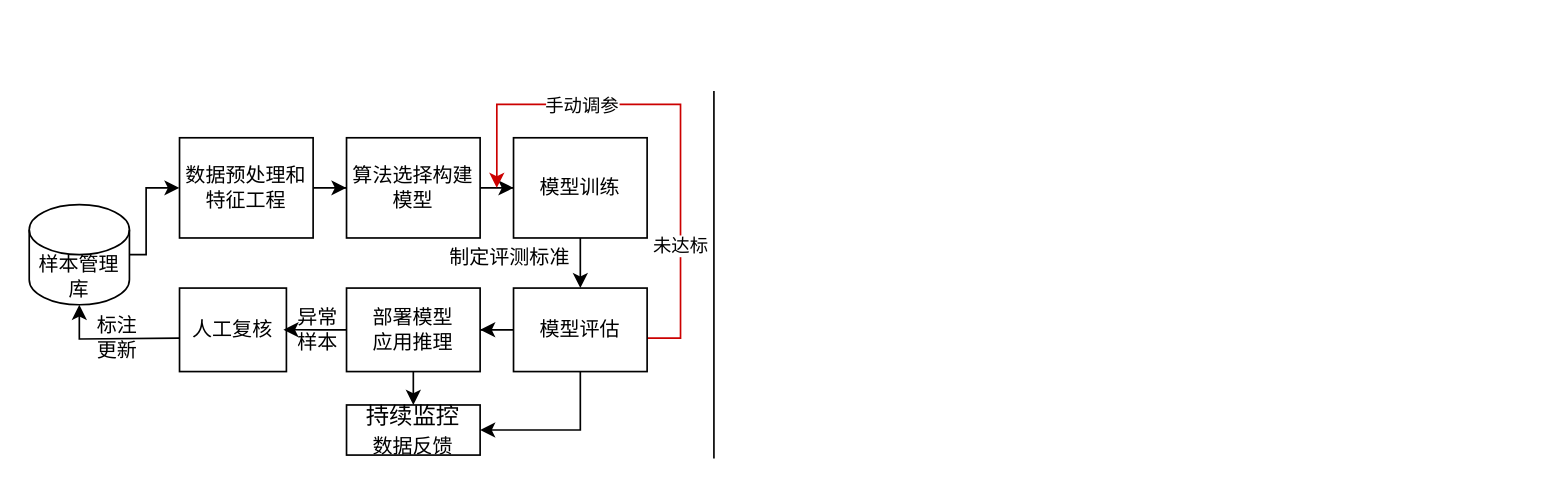
paleblackless/diagrams keeps this draw.io diagram as page "手动调优和自动调优" (3 of 3) of MLops流程架构.drawio. Above is the earlier version. Source tidied: cells renumbered, new cells numbered last; positions are measured from the earlier drawing's top-left corner, leaving out a move shared by most shapes. Both pictures are drawn from the tidied source at 167%, with x=0, y=0 at pixel (28, 90). Pictures stored in the file or linked from it are replaced by grey dashed boxes.
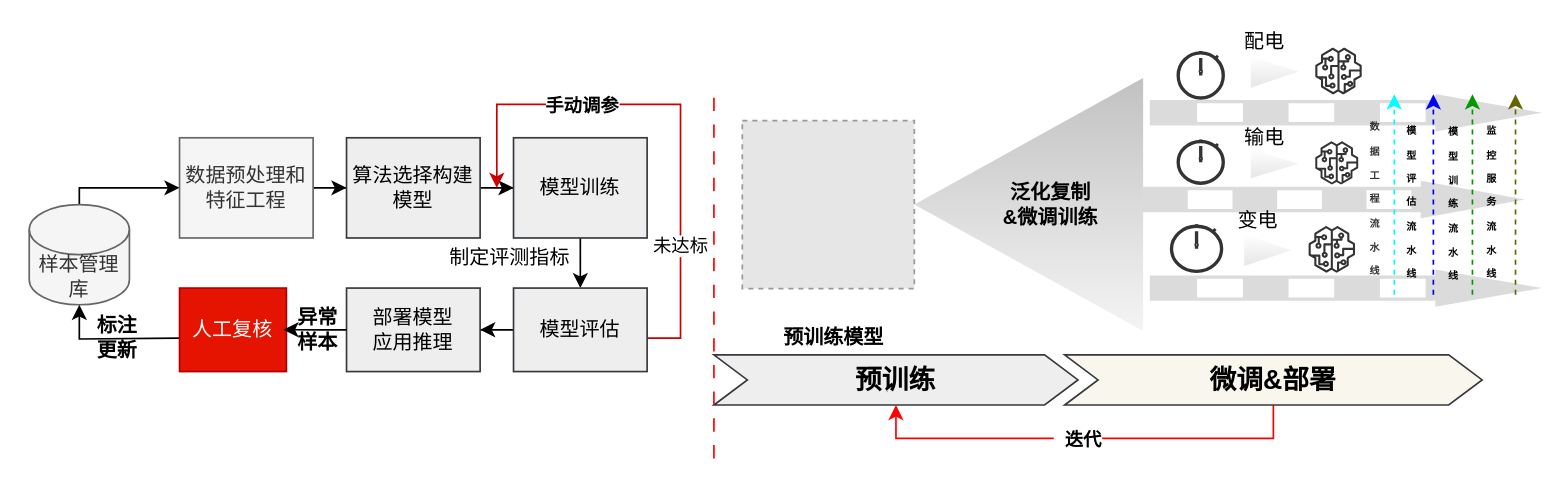
The same page after the edit.

Commit message (it also covers changes not shown here):
更新MLops流程架构.drawio

Unchanged cells that the change refers to:
```xml
<mxCell id="8" style="edgeStyle=orthogonalEdgeStyle;rounded=0;jettySize=auto;html=1;exitX=1;exitY=0.5;exitDx=0;exitDy=0;strokeColor=#CC0000;" parent="1" edge="1" source="13">
  <mxGeometry relative="1" as="geometry">
    <mxPoint x="280" y="58" as="targetPoint" />
    <Array as="points">
      <mxPoint x="390" y="148" />
      <mxPoint x="390" y="8" />
      <mxPoint x="280" y="8" />
    </Array>
  </mxGeometry>
</mxCell>
```

Change to the diagram source:
```diff
@@
-    <mxCell id="3" value="数据预处理和特征工程" style="rounded=0;whiteSpace=wrap;html=1;" parent="1" vertex="1">
+    <mxCell id="3" value="数据预处理和特征工程" style="rounded=0;whiteSpace=wrap;html=1;fillColor=#f5f5f5;fontColor=#333333;strokeColor=#666666;" parent="1" vertex="1">
       <mxGeometry x="90" y="28" width="80" height="60" as="geometry" />
     </mxCell>
@@
-    <mxCell id="5" value="算法选择构建模型" style="rounded=0;whiteSpace=wrap;html=1;" parent="1" vertex="1">
+    <mxCell id="5" value="算法选择构建模型" style="rounded=0;whiteSpace=wrap;html=1;fillColor=#eeeeee;strokeColor=#36393d;" parent="1" vertex="1">
       <mxGeometry x="190" y="28" width="80" height="60" as="geometry" />
     </mxCell>
@@
-    <mxCell id="7" value="模型训练" style="rounded=0;whiteSpace=wrap;html=1;" parent="1" vertex="1">
+    <mxCell id="7" value="模型训练" style="rounded=0;whiteSpace=wrap;html=1;fillColor=#eeeeee;strokeColor=#36393d;" parent="1" vertex="1">
       <mxGeometry x="290" y="28" width="80" height="60" as="geometry" />
     </mxCell>
@@
-    <mxCell id="9" value="手动调参" style="edgeLabel;html=1;align=center;verticalAlign=middle;" parent="8" vertex="1">
+    <mxCell id="9" value="&lt;b&gt;手动调参&lt;/b&gt;" style="edgeLabel;html=1;align=center;verticalAlign=middle;" parent="8" vertex="1">
       <mxGeometry x="0.32" relative="1" as="geometry">
         <mxPoint x="-10" as="offset" />
       </mxGeometry>
     </mxCell>
@@
-    <mxCell id="12" style="edgeStyle=orthogonalEdgeStyle;rounded=0;jettySize=auto;html=1;exitX=0.5;exitY=1;exitDx=0;exitDy=0;entryX=1;entryY=0.5;entryDx=0;entryDy=0;" parent="1" edge="1" source="13" target="21">
-      <mxGeometry relative="1" as="geometry" />
-    </mxCell>
-    <mxCell id="13" value="模型评估" style="rounded=0;whiteSpace=wrap;html=1;" parent="1" vertex="1">
+    <mxCell id="13" value="模型评估" style="rounded=0;whiteSpace=wrap;html=1;fillColor=#eeeeee;strokeColor=#36393d;" parent="1" vertex="1">
       <mxGeometry x="290" y="118" width="80" height="50" as="geometry" />
     </mxCell>
-    <mxCell id="14" style="edgeStyle=orthogonalEdgeStyle;rounded=0;jettySize=auto;html=1;exitX=0.5;exitY=1;exitDx=0;exitDy=0;entryX=0.5;entryY=0;entryDx=0;entryDy=0;" parent="1" edge="1" source="15" target="21">
-      <mxGeometry relative="1" as="geometry" />
-    </mxCell>
-    <mxCell id="15" value="部署模型&lt;br&gt;应用推理" style="rounded=0;whiteSpace=wrap;html=1;" parent="1" vertex="1">
+    <mxCell id="15" value="部署模型&lt;br&gt;应用推理" style="rounded=0;whiteSpace=wrap;html=1;fillColor=#eeeeee;strokeColor=#36393d;" parent="1" vertex="1">
       <mxGeometry x="190" y="118" width="80" height="50" as="geometry" />
     </mxCell>
-    <mxCell id="16" style="edgeStyle=orthogonalEdgeStyle;rounded=0;jettySize=auto;html=1;exitX=1;exitY=0.5;exitDx=0;exitDy=0;exitPerimeter=0;entryX=0;entryY=0.5;entryDx=0;entryDy=0;" parent="1" edge="1" source="17" target="3">
+    <mxCell id="16" style="edgeStyle=orthogonalEdgeStyle;rounded=0;jettySize=auto;html=1;exitX=0.5;exitY=0;exitDx=0;exitDy=0;exitPerimeter=0;entryX=0;entryY=0.5;entryDx=0;entryDy=0;" parent="1" edge="1" source="17" target="3">
       <mxGeometry relative="1" as="geometry">
         <Array as="points">
-          <mxPoint x="70" y="98" />
-          <mxPoint x="70" y="58" />
+          <mxPoint x="30" y="58" />
         </Array>
       </mxGeometry>
     </mxCell>
-    <mxCell id="17" value="样本管理库" style="shape=cylinder3;whiteSpace=wrap;html=1;boundedLbl=1;backgroundOutline=1;size=15;" parent="1" vertex="1">
+    <mxCell id="17" value="样本管理库" style="shape=cylinder3;whiteSpace=wrap;html=1;boundedLbl=1;backgroundOutline=1;size=15;fillColor=#f5f5f5;fontColor=#333333;strokeColor=#666666;" parent="1" vertex="1">
       <mxGeometry y="68" width="60" height="60" as="geometry" />
     </mxCell>
@@
-    <mxCell id="19" value="标注更新" style="text;html=1;strokeColor=none;fillColor=none;align=center;verticalAlign=middle;whiteSpace=wrap;rounded=0;" parent="1" vertex="1">
+    <mxCell id="19" value="&lt;b&gt;标注更新&lt;/b&gt;" style="text;html=1;strokeColor=none;fillColor=none;align=center;verticalAlign=middle;whiteSpace=wrap;rounded=0;" parent="1" vertex="1">
       <mxGeometry x="36" y="135" width="34" height="25" as="geometry" />
     </mxCell>
-    <mxCell id="20" style="endArrow=none;html=1;rounded=0;" parent="1" edge="1">
+    <mxCell id="20" style="endArrow=none;html=1;rounded=0;dashed=1;dashPattern=8 8;strokeColor=#FF0000;" parent="1" edge="1">
       <mxGeometry relative="1" as="geometry">
         <mxPoint x="410" y="220" as="sourcePoint" />
         <mxPoint x="410" as="targetPoint" />
       </mxGeometry>
     </mxCell>
-    <mxCell id="21" value="&lt;font style=&quot;font-size: 14px;&quot;&gt;持续监控&lt;br style=&quot;border-color: var(--border-color); font-size: 12px;&quot;&gt;&lt;span style=&quot;font-size: 12px;&quot;&gt;数据反馈&lt;/span&gt;&lt;br&gt;&lt;/font&gt;" style="rounded=0;whiteSpace=wrap;html=1;" parent="1" vertex="1">
-      <mxGeometry x="190" y="188" width="80" height="30" as="geometry" />
-    </mxCell>
-    <mxCell id="22" value="人工复核" style="rounded=0;whiteSpace=wrap;html=1;" parent="1" vertex="1">
+    <mxCell id="22" value="人工复核" style="rounded=0;whiteSpace=wrap;html=1;fillColor=#e51400;fontColor=#ffffff;strokeColor=#B20000;" parent="1" vertex="1">
       <mxGeometry x="90" y="118" width="64" height="50" as="geometry" />
     </mxCell>
@@
-    <mxCell id="24" value="异常&lt;br&gt;样本" style="text;html=1;strokeColor=none;fillColor=none;align=center;verticalAlign=middle;whiteSpace=wrap;rounded=0;" parent="1" vertex="1">
+    <mxCell id="24" value="&lt;b&gt;异常&lt;br&gt;样本&lt;/b&gt;" style="text;html=1;strokeColor=none;fillColor=none;align=center;verticalAlign=middle;whiteSpace=wrap;rounded=0;" parent="1" vertex="1">
       <mxGeometry x="156" y="130.5" width="34" height="25" as="geometry" />
     </mxCell>
-    <mxCell id="25" value="制定评测标准" style="text;html=1;strokeColor=none;fillColor=none;align=center;verticalAlign=middle;whiteSpace=wrap;rounded=0;" parent="1" vertex="1">
+    <mxCell id="25" value="制定评测指标" style="text;html=1;strokeColor=none;fillColor=none;align=center;verticalAlign=middle;whiteSpace=wrap;rounded=0;" parent="1" vertex="1">
       <mxGeometry x="248" y="90" width="80" height="20" as="geometry" />
     </mxCell>
+    <mxCell id="26" style="group;strokeWidth=2;" parent="1" vertex="1">
+      <mxGeometry x="410" y="158" width="460" height="30" as="geometry" />
+    </mxCell>
+    <mxCell id="27" value="&lt;b&gt;&lt;font style=&quot;font-size: 16px;&quot;&gt;预训练&lt;/font&gt;&lt;/b&gt;" style="shape=step;perimeter=stepPerimeter;whiteSpace=wrap;html=1;fixedSize=1;fillColor=#eeeeee;strokeColor=#36393d;" parent="26" vertex="1">
+      <mxGeometry width="218" height="30" as="geometry" />
+    </mxCell>
+    <mxCell id="28" style="edgeStyle=orthogonalEdgeStyle;rounded=0;jettySize=auto;html=1;exitX=0.5;exitY=1;exitDx=0;exitDy=0;entryX=0.5;entryY=1;entryDx=0;entryDy=0;strokeColor=#FF0000;" parent="26" edge="1" source="30" target="27">
+      <mxGeometry relative="1" as="geometry" />
+    </mxCell>
+    <mxCell id="29" value="&lt;b&gt;&amp;nbsp; 迭代&lt;/b&gt;" style="edgeLabel;html=1;align=center;verticalAlign=middle;" parent="28" vertex="1">
+      <mxGeometry x="0.19" relative="1" as="geometry">
+        <mxPoint x="20" as="offset" />
+      </mxGeometry>
+    </mxCell>
+    <mxCell id="30" value="&lt;b&gt;&lt;font style=&quot;font-size: 16px;&quot;&gt;微调&amp;amp;部署&lt;/font&gt;&lt;/b&gt;" style="shape=step;perimeter=stepPerimeter;whiteSpace=wrap;html=1;fixedSize=1;fillColor=#f9f7ed;strokeColor=#36393d;" parent="26" vertex="1">
+      <mxGeometry x="210" width="250" height="30" as="geometry" />
+    </mxCell>
+    <mxCell id="31" value="&lt;b&gt;&lt;span style=&quot;white-space: pre;&quot;&gt;&#9;&lt;/span&gt;泛化复制&lt;br&gt;&lt;span style=&quot;white-space: pre;&quot;&gt;&#9;&lt;/span&gt;&amp;amp;微调训练&lt;/b&gt;" style="triangle;whiteSpace=wrap;html=1;rotation=0;fillColor=#DBDBDB;strokeColor=none;gradientColor=#333333;opacity=30;direction=west;" parent="1" vertex="1">
+      <mxGeometry x="530" y="-7.8" width="137" height="151.5" as="geometry" />
+    </mxCell>
+    <mxCell id="32" style="fillColor=#E6E6E6;strokeColor=#999999;dashed=1;verticalLabelPosition=bottom;labelBackgroundColor=default;verticalAlign=top;" parent="1" vertex="1">
+      <mxGeometry x="427" y="17.7" width="103" height="100.6" as="geometry" />
+    </mxCell>
+    <mxCell id="33" value="&lt;b&gt;预训练模型&lt;/b&gt;" style="text;html=1;strokeColor=none;fillColor=none;align=center;verticalAlign=middle;whiteSpace=wrap;rounded=0;" parent="1" vertex="1">
+      <mxGeometry x="442.5" y="132.5" width="78" height="30" as="geometry" />
+    </mxCell>
+    <mxCell id="34" style="verticalLabelPosition=bottom;html=1;verticalAlign=top;strokeWidth=2;shape=mxgraph.lean_mapping.push_arrow;strokeColor=#DBDBDB;" parent="1" vertex="1">
+      <mxGeometry x="672" y="3" width="228" height="20" as="geometry" />
+    </mxCell>
+    <mxCell id="35" style="verticalLabelPosition=bottom;html=1;verticalAlign=top;strokeWidth=2;shape=mxgraph.lean_mapping.push_arrow;strokeColor=#DBDBDB;" parent="1" vertex="1">
+      <mxGeometry x="667" y="55" width="223" height="20" as="geometry" />
+    </mxCell>
+    <mxCell id="36" style="verticalLabelPosition=bottom;html=1;verticalAlign=top;strokeWidth=2;shape=mxgraph.lean_mapping.push_arrow;strokeColor=#DBDBDB;" parent="1" vertex="1">
+      <mxGeometry x="672" y="108" width="228" height="20" as="geometry" />
+    </mxCell>
+    <mxCell id="37" style="group;" parent="1" vertex="1">
+      <mxGeometry x="688" y="-37" width="110" height="41.2" as="geometry" />
+    </mxCell>
+    <mxCell id="38" style="html=1;verticalLabelPosition=bottom;align=center;labelBackgroundColor=#ffffff;verticalAlign=top;strokeWidth=2;strokeColor=#333333;shadow=0;dashed=0;shape=mxgraph.ios7.icons.stopwatch;" parent="37" vertex="1">
+      <mxGeometry y="13" width="27" height="28.2" as="geometry" />
+    </mxCell>
+    <mxCell id="39" value="配电" style="text;html=1;strokeColor=none;fillColor=none;align=center;verticalAlign=middle;whiteSpace=wrap;rounded=0;" parent="37" vertex="1">
+      <mxGeometry x="22" width="60" height="16" as="geometry" />
+    </mxCell>
+    <mxCell id="40" style="triangle;whiteSpace=wrap;html=1;gradientColor=#E6E6E6;strokeColor=none;" parent="37" vertex="1">
+      <mxGeometry x="43.5" y="16" width="28.5" height="19" as="geometry" />
+    </mxCell>
+    <mxCell id="41" style="sketch=0;fontColor=#232F3E;gradientColor=none;fillColor=#333333;strokeColor=none;dashed=0;verticalLabelPosition=bottom;verticalAlign=top;align=center;html=1;fontSize=12;fontStyle=0;shape=mxgraph.aws4.sagemaker_model;" parent="37" vertex="1">
+      <mxGeometry x="82" y="11" width="28" height="28" as="geometry" />
+    </mxCell>
+    <mxCell id="42" style="group;" parent="1" vertex="1">
+      <mxGeometry x="688" y="21" width="110" height="37" as="geometry" />
+    </mxCell>
+    <mxCell id="43" style="html=1;verticalLabelPosition=bottom;align=center;labelBackgroundColor=#ffffff;verticalAlign=top;strokeWidth=2;strokeColor=#333333;shadow=0;dashed=0;shape=mxgraph.ios7.icons.stopwatch;" parent="42" vertex="1">
+      <mxGeometry y="8.1" width="27" height="26.1" as="geometry" />
+    </mxCell>
+    <mxCell id="44" value="输电" style="text;html=1;strokeColor=none;fillColor=none;align=center;verticalAlign=middle;whiteSpace=wrap;rounded=0;" parent="42" vertex="1">
+      <mxGeometry x="22" width="60" height="13.7" as="geometry" />
+    </mxCell>
+    <mxCell id="45" style="triangle;whiteSpace=wrap;html=1;gradientColor=#E6E6E6;strokeColor=none;" parent="42" vertex="1">
+      <mxGeometry x="43.5" y="13.7" width="28.5" height="17.6" as="geometry" />
+    </mxCell>
+    <mxCell id="46" style="sketch=0;fontColor=#232F3E;gradientColor=none;fillColor=#333333;strokeColor=none;dashed=0;verticalLabelPosition=bottom;verticalAlign=top;align=center;html=1;fontSize=12;fontStyle=0;shape=mxgraph.aws4.sagemaker_model;" parent="42" vertex="1">
+      <mxGeometry x="82" y="9.1" width="25.9" height="25.9" as="geometry" />
+    </mxCell>
+    <mxCell id="47" style="group;" parent="1" vertex="1">
+      <mxGeometry x="684" y="71" width="110" height="40" as="geometry" />
+    </mxCell>
+    <mxCell id="48" style="html=1;verticalLabelPosition=bottom;align=center;labelBackgroundColor=#ffffff;verticalAlign=top;strokeWidth=2;strokeColor=#333333;shadow=0;dashed=0;shape=mxgraph.ios7.icons.stopwatch;" parent="47" vertex="1">
+      <mxGeometry y="8.8" width="30" height="28.2" as="geometry" />
+    </mxCell>
+    <mxCell id="49" value="变电" style="text;html=1;strokeColor=none;fillColor=none;align=center;verticalAlign=middle;whiteSpace=wrap;rounded=0;" parent="47" vertex="1">
+      <mxGeometry x="22" width="60" height="14.8" as="geometry" />
+    </mxCell>
+    <mxCell id="50" style="triangle;whiteSpace=wrap;html=1;gradientColor=#E6E6E6;strokeColor=none;" parent="47" vertex="1">
+      <mxGeometry x="43.5" y="14.8" width="28.5" height="19" as="geometry" />
+    </mxCell>
+    <mxCell id="51" style="sketch=0;fontColor=#232F3E;gradientColor=none;fillColor=#333333;strokeColor=none;dashed=0;verticalLabelPosition=bottom;verticalAlign=top;align=center;html=1;fontSize=12;fontStyle=0;shape=mxgraph.aws4.sagemaker_model;" parent="47" vertex="1">
+      <mxGeometry x="82" y="9.8" width="28" height="28" as="geometry" />
+    </mxCell>
+    <mxCell id="52" style="group;" parent="1" vertex="1">
+      <mxGeometry x="801" y="2" width="89" height="120" as="geometry" />
+    </mxCell>
+    <mxCell id="53" style="endArrow=classic;html=1;rounded=0;fillColor=#cce5ff;strokeColor=#00FFFF;dashed=1;" parent="52" edge="1">
+      <mxGeometry relative="1" as="geometry">
+        <mxPoint x="16.4" y="120" as="sourcePoint" />
+        <mxPoint x="16.4" as="targetPoint" />
+      </mxGeometry>
+    </mxCell>
+    <mxCell id="54" style="endArrow=classic;html=1;rounded=0;fillColor=#cce5ff;strokeColor=#0000FF;dashed=1;" parent="52" edge="1">
+      <mxGeometry relative="1" as="geometry">
+        <mxPoint x="39.8" y="120" as="sourcePoint" />
+        <mxPoint x="39.8" as="targetPoint" />
+      </mxGeometry>
+    </mxCell>
+    <mxCell id="55" style="endArrow=classic;html=1;rounded=0;fillColor=#cce5ff;strokeColor=#009900;dashed=1;" parent="52" edge="1">
+      <mxGeometry relative="1" as="geometry">
+        <mxPoint x="63.2" y="120" as="sourcePoint" />
+        <mxPoint x="63.2" as="targetPoint" />
+      </mxGeometry>
+    </mxCell>
+    <mxCell id="56" style="endArrow=classic;html=1;rounded=0;fillColor=#cce5ff;strokeColor=#666600;dashed=1;" parent="52" edge="1">
+      <mxGeometry relative="1" as="geometry">
+        <mxPoint x="89" y="120" as="sourcePoint" />
+        <mxPoint x="89" as="targetPoint" />
+      </mxGeometry>
+    </mxCell>
+    <mxCell id="57" value="&lt;div style=&quot;text-align: justify;&quot;&gt;&lt;span style=&quot;background-color: initial;&quot;&gt;&lt;font color=&quot;#333333&quot; style=&quot;font-size: 6px;&quot;&gt;&lt;b&gt;数据工程流水线&lt;/b&gt;&lt;/font&gt;&lt;/span&gt;&lt;/div&gt;" style="text;html=1;strokeColor=none;fillColor=none;align=left;verticalAlign=middle;whiteSpace=wrap;rounded=0;" parent="52" vertex="1">
+      <mxGeometry y="14.7" height="93.3" as="geometry" />
+    </mxCell>
+    <mxCell id="58" value="&lt;div style=&quot;text-align: justify;&quot;&gt;&lt;b&gt;&lt;span style=&quot;background-color: initial;&quot;&gt;&lt;font style=&quot;font-size: 6px;&quot;&gt;模型评估&lt;/font&gt;&lt;/span&gt;&lt;span style=&quot;background-color: initial; font-size: 6px;&quot;&gt;流水线&lt;/span&gt;&lt;/b&gt;&lt;/div&gt;" style="text;html=1;strokeColor=none;fillColor=none;align=left;verticalAlign=middle;whiteSpace=wrap;rounded=0;" parent="52" vertex="1">
+      <mxGeometry x="22.2" y="16" height="93.3" as="geometry" />
+    </mxCell>
+    <mxCell id="59" value="&lt;div style=&quot;text-align: justify;&quot;&gt;&lt;b&gt;&lt;span style=&quot;background-color: initial;&quot;&gt;&lt;font style=&quot;font-size: 6px;&quot;&gt;模型训练&lt;/font&gt;&lt;/span&gt;&lt;span style=&quot;font-size: 6px; background-color: initial;&quot;&gt;流水线&lt;/span&gt;&lt;/b&gt;&lt;/div&gt;" style="text;html=1;strokeColor=none;fillColor=none;align=left;verticalAlign=middle;whiteSpace=wrap;rounded=0;" parent="52" vertex="1">
+      <mxGeometry x="46.8" y="17.3" height="93.3" as="geometry" />
+    </mxCell>
+    <mxCell id="60" value="&lt;div style=&quot;text-align: justify;&quot;&gt;&lt;b&gt;&lt;span style=&quot;background-color: initial;&quot;&gt;&lt;font style=&quot;font-size: 6px;&quot;&gt;监控服务&lt;/font&gt;&lt;/span&gt;&lt;span style=&quot;font-size: 6px; background-color: initial;&quot;&gt;流水线&lt;/span&gt;&lt;/b&gt;&lt;/div&gt;" style="text;html=1;strokeColor=none;fillColor=none;align=left;verticalAlign=middle;whiteSpace=wrap;rounded=0;" parent="52" vertex="1">
+      <mxGeometry x="70.3" y="16" height="93.3" as="geometry" />
+    </mxCell>
```
